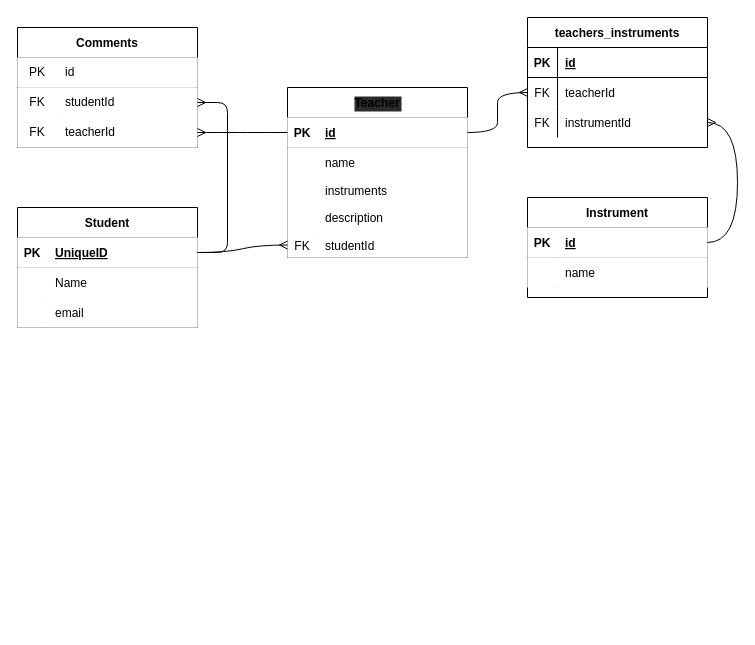
WaltersMatthew/musicly keeps this draw.io diagram as public/erd.drawio. Above is the earlier version. Source tidied: cells renumbered, new cells numbered last; positions are measured from the earlier drawing's top-left corner, leaving out a move shared by most shapes. Both pictures are drawn from the tidied source at 100%, with x=0, y=0 at pixel (17, 17).
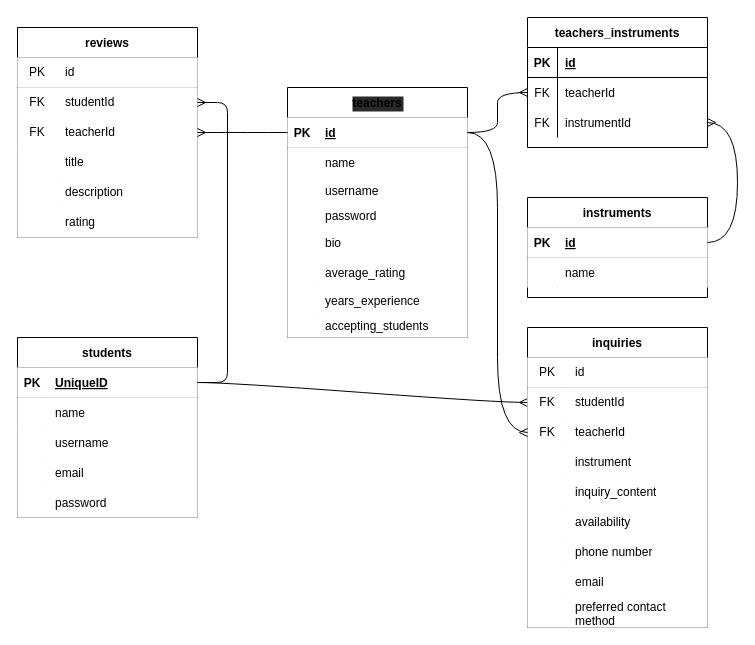
Above is the later version.

Commit message:
updated ERD tables

The change refers to these unchanged cells:
```xml
<mxCell id="3" style="shape=partialRectangle;top=0;left=0;bottom=1;right=0;points=[[0,0.5],[1,0.5]];portConstraint=eastwest;shadow=0;rounded=0;" parent="2" vertex="1">
  <mxGeometry y="30" width="180" height="30" as="geometry" />
</mxCell>
<mxCell id="6" style="shape=partialRectangle;top=0;left=0;bottom=0;right=0;shadow=0;rounded=0;" parent="2" vertex="1">
  <mxGeometry y="60" width="180" height="30" as="geometry" />
</mxCell>
<mxCell id="13" style="shape=partialRectangle;top=0;left=0;bottom=1;right=0;points=[[0,0.5],[1,0.5]];portConstraint=eastwest;shadow=0;rounded=0;" parent="12" vertex="1">
  <mxGeometry y="30" width="180" height="30" as="geometry" />
</mxCell>
<mxCell id="19" style="shape=partialRectangle;top=0;left=0;bottom=0;right=0;shadow=0;rounded=0;" parent="12" vertex="1">
  <mxGeometry y="90" width="180" height="25" as="geometry" />
</mxCell>
```

Change to the diagram source:
```diff
@@
-    <mxCell id="2" value="Student" style="shape=table;startSize=30;childLayout=tableLayout;rowLines=0;fontStyle=1;align=center;swimlaneFillColor=default;shadow=0;rounded=0;" parent="1" vertex="1">
-      <mxGeometry y="190" width="180" height="120" as="geometry" />
+    <mxCell id="2" value="students" style="shape=table;startSize=30;childLayout=tableLayout;rowLines=0;fontStyle=1;align=center;swimlaneFillColor=default;shadow=0;rounded=0;" parent="1" vertex="1">
+      <mxGeometry y="320" width="180" height="180" as="geometry" />
     </mxCell>
@@
-    <mxCell id="8" value="Name" style="shape=partialRectangle;top=0;left=0;bottom=0;right=0;align=left;spacingLeft=6;overflow=hidden;shadow=0;rounded=0;" parent="6" vertex="1">
+    <mxCell id="8" value="name" style="shape=partialRectangle;top=0;left=0;bottom=0;right=0;align=left;spacingLeft=6;overflow=hidden;shadow=0;rounded=0;" parent="6" vertex="1">
       <mxGeometry x="30" width="150" height="30" as="geometry" />
     </mxCell>
+    <mxCell id="60" style="shape=partialRectangle;top=0;left=0;bottom=0;right=0;shadow=0;rounded=0;" parent="2" vertex="1">
+      <mxGeometry y="90" width="180" height="30" as="geometry" />
+    </mxCell>
+    <mxCell id="61" style="shape=partialRectangle;top=0;left=0;bottom=0;right=0;overflow=hidden;shadow=0;rounded=0;" parent="60" vertex="1">
+      <mxGeometry width="30" height="30" as="geometry" />
+    </mxCell>
+    <mxCell id="62" value="username" style="shape=partialRectangle;top=0;left=0;bottom=0;right=0;align=left;spacingLeft=6;overflow=hidden;shadow=0;rounded=0;" parent="60" vertex="1">
+      <mxGeometry x="30" width="150" height="30" as="geometry" />
+    </mxCell>
     <mxCell id="9" style="shape=partialRectangle;top=0;left=0;bottom=0;right=0;shadow=0;rounded=0;" parent="2" vertex="1">
-      <mxGeometry y="90" width="180" height="30" as="geometry" />
+      <mxGeometry y="120" width="180" height="30" as="geometry" />
     </mxCell>
@@
+    <mxCell id="63" style="shape=partialRectangle;top=0;left=0;bottom=0;right=0;shadow=0;rounded=0;" parent="2" vertex="1">
+      <mxGeometry y="150" width="180" height="30" as="geometry" />
+    </mxCell>
+    <mxCell id="64" style="shape=partialRectangle;top=0;left=0;bottom=0;right=0;overflow=hidden;shadow=0;rounded=0;" parent="63" vertex="1">
+      <mxGeometry width="30" height="30" as="geometry" />
+    </mxCell>
+    <mxCell id="65" value="password" style="shape=partialRectangle;top=0;left=0;bottom=0;right=0;align=left;spacingLeft=6;overflow=hidden;shadow=0;rounded=0;" parent="63" vertex="1">
+      <mxGeometry x="30" width="150" height="30" as="geometry" />
+    </mxCell>
-    <mxCell id="12" value="Teacher" style="shape=table;startSize=30;childLayout=tableLayout;rowLines=0;fontStyle=1;align=center;labelBackgroundColor=#2A2A2A;swimlaneFillColor=default;shadow=0;rounded=0;gradientColor=none;strokeColor=default;perimeterSpacing=1;" parent="1" vertex="1">
-      <mxGeometry x="270" y="70" width="180" height="170" as="geometry" />
+    <mxCell id="12" value="teachers" style="shape=table;startSize=30;childLayout=tableLayout;rowLines=0;fontStyle=1;align=center;labelBackgroundColor=#2A2A2A;swimlaneFillColor=default;shadow=0;rounded=0;gradientColor=none;strokeColor=default;perimeterSpacing=1;" parent="1" vertex="1">
+      <mxGeometry x="270" y="70" width="180" height="250" as="geometry" />
     </mxCell>
@@
-    <mxCell id="21" value="instruments" style="shape=partialRectangle;top=0;left=0;bottom=0;right=0;align=left;spacingLeft=6;overflow=hidden;shadow=0;rounded=0;" parent="19" vertex="1">
+    <mxCell id="21" value="username" style="shape=partialRectangle;top=0;left=0;bottom=0;right=0;align=left;spacingLeft=6;overflow=hidden;shadow=0;rounded=0;" parent="19" vertex="1">
       <mxGeometry x="30" width="150" height="25" as="geometry" />
     </mxCell>
+    <mxCell id="66" style="shape=partialRectangle;top=0;left=0;bottom=0;right=0;shadow=0;rounded=0;" parent="12" vertex="1">
+      <mxGeometry y="115" width="180" height="25" as="geometry" />
+    </mxCell>
+    <mxCell id="67" style="shape=partialRectangle;top=0;left=0;bottom=0;right=0;overflow=hidden;shadow=0;rounded=0;" parent="66" vertex="1">
+      <mxGeometry width="30" height="25" as="geometry" />
+    </mxCell>
+    <mxCell id="68" value="password" style="shape=partialRectangle;top=0;left=0;bottom=0;right=0;align=left;spacingLeft=6;overflow=hidden;shadow=0;rounded=0;" parent="66" vertex="1">
+      <mxGeometry x="30" width="150" height="25" as="geometry" />
+    </mxCell>
     <mxCell id="22" style="shape=partialRectangle;top=0;left=0;bottom=0;right=0;shadow=0;rounded=0;" parent="12" vertex="1">
-      <mxGeometry y="115" width="180" height="30" as="geometry" />
+      <mxGeometry y="140" width="180" height="30" as="geometry" />
     </mxCell>
@@
-    <mxCell id="24" value="description" style="shape=partialRectangle;top=0;left=0;bottom=0;right=0;align=left;spacingLeft=6;overflow=hidden;shadow=0;rounded=0;" parent="22" vertex="1">
+    <mxCell id="24" value="bio" style="shape=partialRectangle;top=0;left=0;bottom=0;right=0;align=left;spacingLeft=6;overflow=hidden;shadow=0;rounded=0;" parent="22" vertex="1">
       <mxGeometry x="30" width="150" height="30" as="geometry" />
     </mxCell>
+    <mxCell id="69" style="shape=partialRectangle;top=0;left=0;bottom=0;right=0;shadow=0;rounded=0;" parent="12" vertex="1">
+      <mxGeometry y="170" width="180" height="30" as="geometry" />
+    </mxCell>
+    <mxCell id="70" style="shape=partialRectangle;top=0;left=0;bottom=0;right=0;overflow=hidden;shadow=0;rounded=0;" parent="69" vertex="1">
+      <mxGeometry width="30" height="30" as="geometry" />
+    </mxCell>
+    <mxCell id="71" value="average_rating" style="shape=partialRectangle;top=0;left=0;bottom=0;right=0;align=left;spacingLeft=6;overflow=hidden;shadow=0;rounded=0;" parent="69" vertex="1">
+      <mxGeometry x="30" width="150" height="30" as="geometry" />
+    </mxCell>
     <mxCell id="25" style="shape=partialRectangle;top=0;left=0;bottom=0;right=0;points=[[0,0.5],[1,0.5]];portConstraint=eastwest;shadow=0;rounded=0;" parent="12" vertex="1">
-      <mxGeometry y="145" width="180" height="25" as="geometry" />
+      <mxGeometry y="200" width="180" height="25" as="geometry" />
     </mxCell>
-    <mxCell id="26" value="FK" style="shape=partialRectangle;top=0;left=0;bottom=0;right=0;overflow=hidden;shadow=0;rounded=0;" parent="25" vertex="1">
+    <mxCell id="26" style="shape=partialRectangle;top=0;left=0;bottom=0;right=0;overflow=hidden;shadow=0;rounded=0;" parent="25" vertex="1">
       <mxGeometry width="30" height="25" as="geometry" />
     </mxCell>
-    <mxCell id="27" value="studentId" style="shape=partialRectangle;top=0;left=0;bottom=0;right=0;align=left;spacingLeft=6;overflow=hidden;shadow=0;rounded=0;" parent="25" vertex="1">
+    <mxCell id="27" value="years_experience" style="shape=partialRectangle;top=0;left=0;bottom=0;right=0;align=left;spacingLeft=6;overflow=hidden;shadow=0;rounded=0;" parent="25" vertex="1">
       <mxGeometry x="30" width="150" height="25" as="geometry" />
     </mxCell>
+    <mxCell id="72" style="shape=partialRectangle;top=0;left=0;bottom=0;right=0;shadow=0;rounded=0;" parent="12" vertex="1">
+      <mxGeometry y="225" width="180" height="25" as="geometry" />
+    </mxCell>
+    <mxCell id="73" style="shape=partialRectangle;top=0;left=0;bottom=0;right=0;overflow=hidden;shadow=0;rounded=0;" parent="72" vertex="1">
+      <mxGeometry width="30" height="25" as="geometry" />
+    </mxCell>
+    <mxCell id="74" value="accepting_students" style="shape=partialRectangle;top=0;left=0;bottom=0;right=0;align=left;spacingLeft=6;overflow=hidden;shadow=0;rounded=0;" parent="72" vertex="1">
+      <mxGeometry x="30" width="150" height="25" as="geometry" />
+    </mxCell>
-    <mxCell id="28" value="Instrument" style="shape=table;startSize=30;childLayout=tableLayout;rowLines=0;fontStyle=1;align=center;shadow=0;swimlaneFillColor=default;strokeColor=default;rounded=0;" parent="1" vertex="1">
+    <mxCell id="28" value="instruments" style="shape=table;startSize=30;childLayout=tableLayout;rowLines=0;fontStyle=1;align=center;shadow=0;swimlaneFillColor=default;strokeColor=default;rounded=0;" parent="1" vertex="1">
       <mxGeometry x="510" y="180" width="180" height="100" as="geometry" />
     </mxCell>
@@
-    <mxCell id="47" style="edgeStyle=entityRelationEdgeStyle;fontSize=12;html=1;endArrow=ERmany;shadow=0;exitX=1;exitY=0.5;exitDx=0;exitDy=0;entryX=0;entryY=0.5;entryDx=0;entryDy=0;rounded=0;curved=1;" parent="1" edge="1" source="3" target="25">
+    <mxCell id="47" style="edgeStyle=entityRelationEdgeStyle;fontSize=12;html=1;endArrow=ERmany;shadow=0;exitX=1;exitY=0.5;exitDx=0;exitDy=0;entryX=0;entryY=0.5;entryDx=0;entryDy=0;rounded=0;curved=1;" parent="1" edge="1" source="3" target="88">
       <mxGeometry relative="1" as="geometry" />
     </mxCell>
-    <mxCell id="48" value="Comments" style="shape=table;startSize=30;childLayout=tableLayout;rowLines=0;fontStyle=1;align=center;fillColor=default;" parent="1" vertex="1">
-      <mxGeometry y="10" width="180" height="120" as="geometry" />
+    <mxCell id="48" value="reviews" style="shape=table;startSize=30;childLayout=tableLayout;rowLines=0;fontStyle=1;align=center;fillColor=default;" parent="1" vertex="1">
+      <mxGeometry y="10" width="180" height="210" as="geometry" />
     </mxCell>
@@
+    <mxCell id="75" style="shape=partialRectangle;html=1;whiteSpace=wrap;fillColor=default;top=0;left=0;bottom=0;right=0;" parent="48" vertex="1">
+      <mxGeometry y="120" width="180" height="30" as="geometry" />
+    </mxCell>
+    <mxCell id="76" style="shape=partialRectangle;html=1;whiteSpace=wrap;fillColor=default;top=0;left=0;bottom=0;right=0;overflow=hidden;" parent="75" vertex="1">
+      <mxGeometry width="40" height="30" as="geometry" />
+    </mxCell>
+    <mxCell id="77" value="title" style="shape=partialRectangle;html=1;whiteSpace=wrap;fillColor=default;top=0;left=0;bottom=0;right=0;align=left;spacingLeft=6;overflow=hidden;" parent="75" vertex="1">
+      <mxGeometry x="40" width="140" height="30" as="geometry" />
+    </mxCell>
+    <mxCell id="78" style="shape=partialRectangle;html=1;whiteSpace=wrap;fillColor=default;top=0;left=0;bottom=0;right=0;" parent="48" vertex="1">
+      <mxGeometry y="150" width="180" height="30" as="geometry" />
+    </mxCell>
+    <mxCell id="79" style="shape=partialRectangle;html=1;whiteSpace=wrap;fillColor=default;top=0;left=0;bottom=0;right=0;overflow=hidden;" parent="78" vertex="1">
+      <mxGeometry width="40" height="30" as="geometry" />
+    </mxCell>
+    <mxCell id="80" value="description" style="shape=partialRectangle;html=1;whiteSpace=wrap;fillColor=default;top=0;left=0;bottom=0;right=0;align=left;spacingLeft=6;overflow=hidden;" parent="78" vertex="1">
+      <mxGeometry x="40" width="140" height="30" as="geometry" />
+    </mxCell>
+    <mxCell id="81" style="shape=partialRectangle;html=1;whiteSpace=wrap;fillColor=default;top=0;left=0;bottom=0;right=0;" parent="48" vertex="1">
+      <mxGeometry y="180" width="180" height="30" as="geometry" />
+    </mxCell>
+    <mxCell id="82" style="shape=partialRectangle;html=1;whiteSpace=wrap;fillColor=default;top=0;left=0;bottom=0;right=0;overflow=hidden;" parent="81" vertex="1">
+      <mxGeometry width="40" height="30" as="geometry" />
+    </mxCell>
+    <mxCell id="83" value="rating" style="shape=partialRectangle;html=1;whiteSpace=wrap;fillColor=default;top=0;left=0;bottom=0;right=0;align=left;spacingLeft=6;overflow=hidden;" parent="81" vertex="1">
+      <mxGeometry x="40" width="140" height="30" as="geometry" />
+    </mxCell>
@@
+    <mxCell id="84" value="inquiries" style="shape=table;startSize=30;childLayout=tableLayout;rowLines=0;fontStyle=1;align=center;fillColor=default;" parent="1" vertex="1">
+      <mxGeometry x="510" y="310" width="180" height="300" as="geometry" />
+    </mxCell>
+    <mxCell id="85" style="shape=partialRectangle;html=1;whiteSpace=wrap;fillColor=default;top=0;left=0;bottom=1;right=0;" parent="84" vertex="1">
+      <mxGeometry y="30" width="180" height="30" as="geometry" />
+    </mxCell>
+    <mxCell id="86" value="PK" style="shape=partialRectangle;html=1;whiteSpace=wrap;fillColor=default;top=0;left=0;bottom=0;right=0;overflow=hidden;" parent="85" vertex="1">
+      <mxGeometry width="40" height="30" as="geometry" />
+    </mxCell>
+    <mxCell id="87" value="id" style="shape=partialRectangle;html=1;whiteSpace=wrap;fillColor=default;top=0;left=0;bottom=0;right=0;align=left;spacingLeft=6;overflow=hidden;" parent="85" vertex="1">
+      <mxGeometry x="40" width="140" height="30" as="geometry" />
+    </mxCell>
+    <mxCell id="88" style="shape=partialRectangle;html=1;whiteSpace=wrap;fillColor=default;top=0;left=0;bottom=0;right=0;points=[[0,0.5],[1,0.5]];portConstraint=eastwest;" parent="84" vertex="1">
+      <mxGeometry y="60" width="180" height="30" as="geometry" />
+    </mxCell>
+    <mxCell id="89" value="FK" style="shape=partialRectangle;html=1;whiteSpace=wrap;fillColor=default;top=0;left=0;bottom=0;right=0;overflow=hidden;" parent="88" vertex="1">
+      <mxGeometry width="40" height="30" as="geometry" />
+    </mxCell>
+    <mxCell id="90" value="studentId" style="shape=partialRectangle;html=1;whiteSpace=wrap;fillColor=default;top=0;left=0;bottom=0;right=0;align=left;spacingLeft=6;overflow=hidden;" parent="88" vertex="1">
+      <mxGeometry x="40" width="140" height="30" as="geometry" />
+    </mxCell>
+    <mxCell id="91" style="shape=partialRectangle;html=1;whiteSpace=wrap;fillColor=default;top=0;left=0;bottom=0;right=0;points=[[0,0.5],[1,0.5]];portConstraint=eastwest;" parent="84" vertex="1">
+      <mxGeometry y="90" width="180" height="30" as="geometry" />
+    </mxCell>
+    <mxCell id="92" value="FK" style="shape=partialRectangle;html=1;whiteSpace=wrap;fillColor=default;top=0;left=0;bottom=0;right=0;overflow=hidden;" parent="91" vertex="1">
+      <mxGeometry width="40" height="30" as="geometry" />
+    </mxCell>
+    <mxCell id="93" value="teacherId" style="shape=partialRectangle;html=1;whiteSpace=wrap;fillColor=default;top=0;left=0;bottom=0;right=0;align=left;spacingLeft=6;overflow=hidden;" parent="91" vertex="1">
+      <mxGeometry x="40" width="140" height="30" as="geometry" />
+    </mxCell>
+    <mxCell id="94" style="shape=partialRectangle;html=1;whiteSpace=wrap;fillColor=default;top=0;left=0;bottom=0;right=0;" parent="84" vertex="1">
+      <mxGeometry y="120" width="180" height="30" as="geometry" />
+    </mxCell>
+    <mxCell id="95" style="shape=partialRectangle;html=1;whiteSpace=wrap;fillColor=default;top=0;left=0;bottom=0;right=0;overflow=hidden;" parent="94" vertex="1">
+      <mxGeometry width="40" height="30" as="geometry" />
+    </mxCell>
+    <mxCell id="96" value="instrument" style="shape=partialRectangle;html=1;whiteSpace=wrap;fillColor=default;top=0;left=0;bottom=0;right=0;align=left;spacingLeft=6;overflow=hidden;" parent="94" vertex="1">
+      <mxGeometry x="40" width="140" height="30" as="geometry" />
+    </mxCell>
+    <mxCell id="97" style="shape=partialRectangle;html=1;whiteSpace=wrap;fillColor=default;top=0;left=0;bottom=0;right=0;" parent="84" vertex="1">
+      <mxGeometry y="150" width="180" height="30" as="geometry" />
+    </mxCell>
+    <mxCell id="98" style="shape=partialRectangle;html=1;whiteSpace=wrap;fillColor=default;top=0;left=0;bottom=0;right=0;overflow=hidden;" parent="97" vertex="1">
+      <mxGeometry width="40" height="30" as="geometry" />
+    </mxCell>
+    <mxCell id="99" value="inquiry_content" style="shape=partialRectangle;html=1;whiteSpace=wrap;fillColor=default;top=0;left=0;bottom=0;right=0;align=left;spacingLeft=6;overflow=hidden;" parent="97" vertex="1">
+      <mxGeometry x="40" width="140" height="30" as="geometry" />
+    </mxCell>
+    <mxCell id="100" style="shape=partialRectangle;html=1;whiteSpace=wrap;fillColor=default;top=0;left=0;bottom=0;right=0;" parent="84" vertex="1">
+      <mxGeometry y="180" width="180" height="30" as="geometry" />
+    </mxCell>
+    <mxCell id="101" style="shape=partialRectangle;html=1;whiteSpace=wrap;fillColor=default;top=0;left=0;bottom=0;right=0;overflow=hidden;" parent="100" vertex="1">
+      <mxGeometry width="40" height="30" as="geometry" />
+    </mxCell>
+    <mxCell id="102" value="availability" style="shape=partialRectangle;html=1;whiteSpace=wrap;fillColor=default;top=0;left=0;bottom=0;right=0;align=left;spacingLeft=6;overflow=hidden;" parent="100" vertex="1">
+      <mxGeometry x="40" width="140" height="30" as="geometry" />
+    </mxCell>
+    <mxCell id="103" style="shape=partialRectangle;html=1;whiteSpace=wrap;fillColor=default;top=0;left=0;bottom=0;right=0;" parent="84" vertex="1">
+      <mxGeometry y="210" width="180" height="30" as="geometry" />
+    </mxCell>
+    <mxCell id="104" style="shape=partialRectangle;html=1;whiteSpace=wrap;fillColor=default;top=0;left=0;bottom=0;right=0;overflow=hidden;" parent="103" vertex="1">
+      <mxGeometry width="40" height="30" as="geometry" />
+    </mxCell>
+    <mxCell id="105" value="phone number" style="shape=partialRectangle;html=1;whiteSpace=wrap;fillColor=default;top=0;left=0;bottom=0;right=0;align=left;spacingLeft=6;overflow=hidden;" parent="103" vertex="1">
+      <mxGeometry x="40" width="140" height="30" as="geometry" />
+    </mxCell>
+    <mxCell id="106" style="shape=partialRectangle;html=1;whiteSpace=wrap;fillColor=default;top=0;left=0;bottom=0;right=0;" parent="84" vertex="1">
+      <mxGeometry y="240" width="180" height="30" as="geometry" />
+    </mxCell>
+    <mxCell id="107" style="shape=partialRectangle;html=1;whiteSpace=wrap;fillColor=default;top=0;left=0;bottom=0;right=0;overflow=hidden;" parent="106" vertex="1">
+      <mxGeometry width="40" height="30" as="geometry" />
+    </mxCell>
+    <mxCell id="108" value="email" style="shape=partialRectangle;html=1;whiteSpace=wrap;fillColor=default;top=0;left=0;bottom=0;right=0;align=left;spacingLeft=6;overflow=hidden;" parent="106" vertex="1">
+      <mxGeometry x="40" width="140" height="30" as="geometry" />
+    </mxCell>
+    <mxCell id="109" style="shape=partialRectangle;html=1;whiteSpace=wrap;fillColor=default;top=0;left=0;bottom=0;right=0;" parent="84" vertex="1">
+      <mxGeometry y="270" width="180" height="30" as="geometry" />
+    </mxCell>
+    <mxCell id="110" style="shape=partialRectangle;html=1;whiteSpace=wrap;fillColor=default;top=0;left=0;bottom=0;right=0;overflow=hidden;" parent="109" vertex="1">
+      <mxGeometry width="40" height="30" as="geometry" />
+    </mxCell>
+    <mxCell id="111" value="preferred contact method" style="shape=partialRectangle;html=1;whiteSpace=wrap;fillColor=default;top=0;left=0;bottom=0;right=0;align=left;spacingLeft=6;overflow=hidden;" parent="109" vertex="1">
+      <mxGeometry x="40" width="140" height="30" as="geometry" />
+    </mxCell>
+    <mxCell id="112" style="edgeStyle=entityRelationEdgeStyle;fontSize=12;html=1;endArrow=ERmany;shadow=0;entryX=0;entryY=0.5;entryDx=0;entryDy=0;rounded=0;curved=1;" parent="1" edge="1" source="13" target="91">
+      <mxGeometry relative="1" as="geometry" />
+    </mxCell>
```
